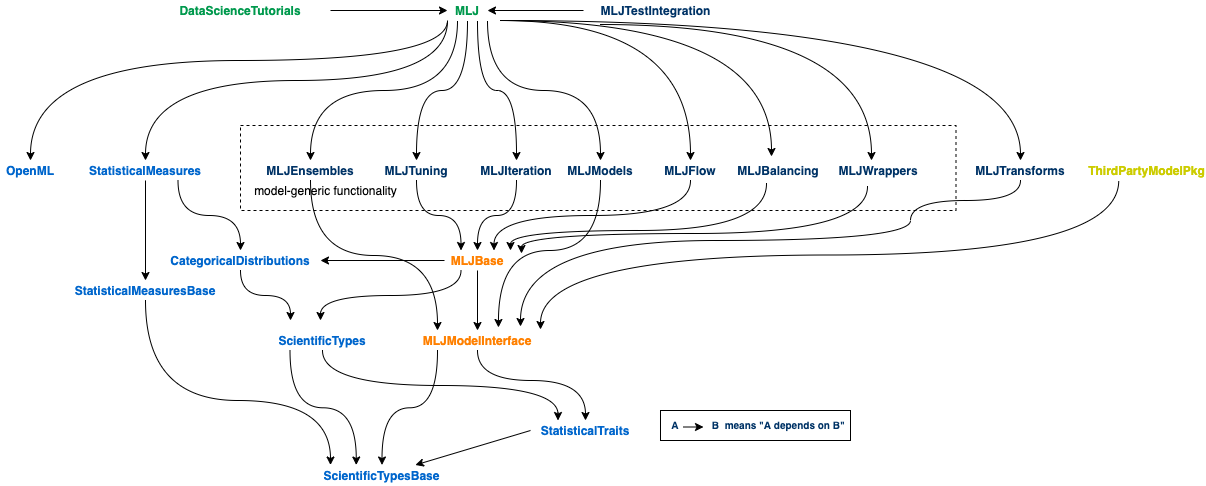
The draw.io diagram material/MLJ_stack.png in JuliaAI/MLJ.jl, before a commit. Source tidied: cells renumbered, new cells last; positions are measured from the earlier drawing's top-left corner, leaving out a move shared by most shapes.
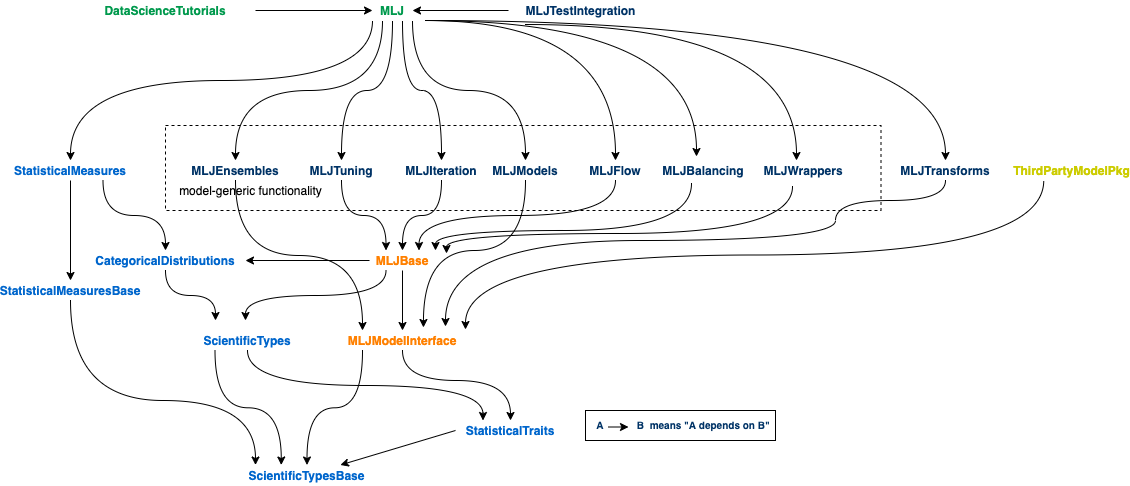
Above is the later version.

Commit message:
rm OpenML for MLJ dependency chart

The edit, as a diff of the source:
```diff
@@ -65,14 +65,6 @@
     <mxCell id="20" style="edgeStyle=orthogonalEdgeStyle;curved=1;rounded=0;jettySize=auto;html=1;exitX=0.25;exitY=1;exitDx=0;exitDy=0;" parent="1" edge="1" source="23" target="29">
       <mxGeometry relative="1" as="geometry" />
     </mxCell>
-    <mxCell id="21" style="edgeStyle=orthogonalEdgeStyle;rounded=0;jettySize=auto;html=1;exitX=0;exitY=1;exitDx=0;exitDy=0;entryX=0.5;entryY=0;entryDx=0;entryDy=0;curved=1;" parent="1" edge="1" source="23" target="48">
-      <mxGeometry relative="1" as="geometry">
-        <Array as="points">
-          <mxPoint x="447" y="60" />
-          <mxPoint x="30" y="60" />
-        </Array>
-      </mxGeometry>
-    </mxCell>
     <mxCell id="22" style="edgeStyle=orthogonalEdgeStyle;curved=1;rounded=0;jettySize=auto;html=1;exitX=0;exitY=1;exitDx=0;exitDy=0;entryX=0.5;entryY=0;entryDx=0;entryDy=0;" parent="1" edge="1" source="23" target="27">
       <mxGeometry relative="1" as="geometry">
         <Array as="points">
@@ -175,9 +167,6 @@
     <mxCell id="47" value="&lt;b&gt;&lt;font color=&quot;#003366&quot;&gt;MLJTestIntegration&lt;/font&gt;&lt;/b&gt;" style="text;html=1;strokeColor=none;fillColor=none;align=center;verticalAlign=middle;whiteSpace=wrap;rounded=0;comic=1;" parent="1" vertex="1">
       <mxGeometry x="583" width="145" height="20" as="geometry" />
     </mxCell>
-    <mxCell id="48" value="&lt;font color=&quot;#0066cc&quot;&gt;&lt;b&gt;OpenML&lt;/b&gt;&lt;/font&gt;" style="text;html=1;strokeColor=none;fillColor=none;align=center;verticalAlign=middle;whiteSpace=wrap;rounded=0;comic=1;" parent="1" vertex="1">
-      <mxGeometry y="160" width="60" height="20" as="geometry" />
-    </mxCell>
     <mxCell id="49" style="edgeStyle=orthogonalEdgeStyle;curved=1;rounded=0;jettySize=auto;html=1;exitX=0.5;exitY=1;exitDx=0;exitDy=0;entryX=0.75;entryY=0;entryDx=0;entryDy=0;" parent="1" edge="1" source="50" target="10">
       <mxGeometry relative="1" as="geometry" />
     </mxCell>
```
